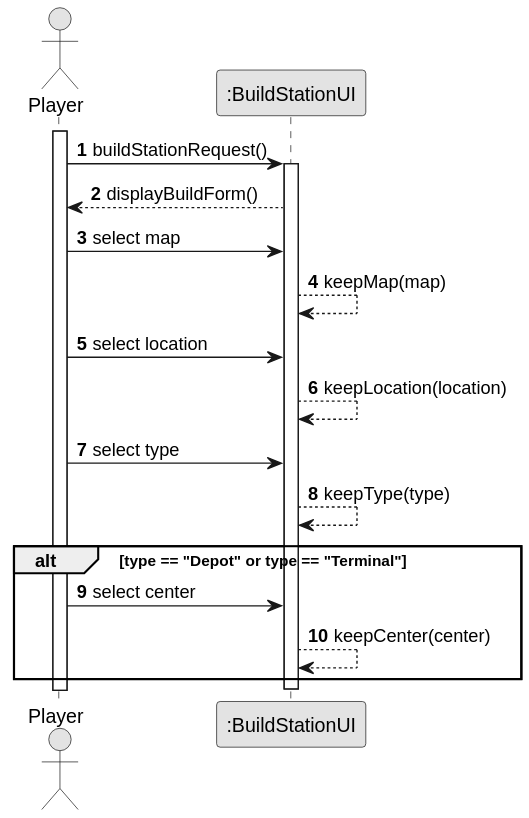
This is docs/system-documentation/US005/03.design/svg/US005-SD-getInput.svg from goncalolopesp/sem2-pi-24.25-g093-repo, a PlantUML export, as it was before one commit.
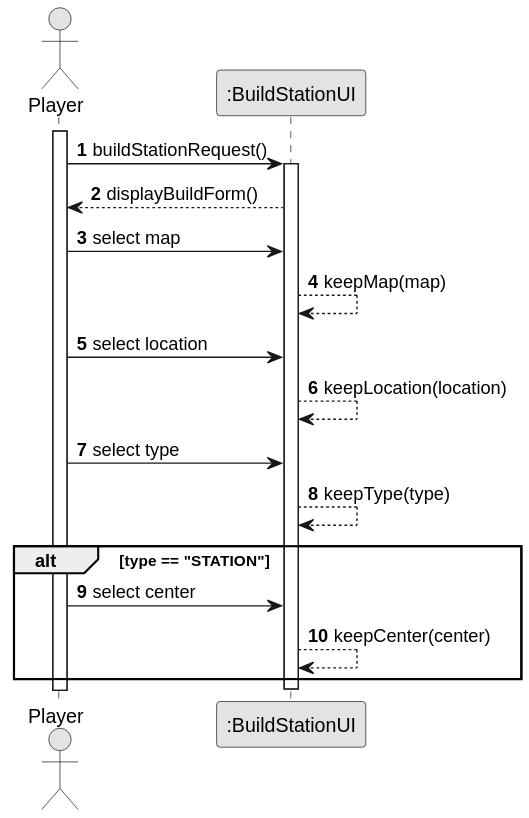
After the commit.

Change to the diagram source:
```diff
@@ -22,7 +22,7 @@
 Player -> BuildUI : select type
 BuildUI --> BuildUI : keepType(type)
 
-alt type == "Depot" or type == "Terminal"
+alt type == "STATION"
   Player -> BuildUI : select center
   BuildUI --> BuildUI : keepCenter(center)
 end
```
